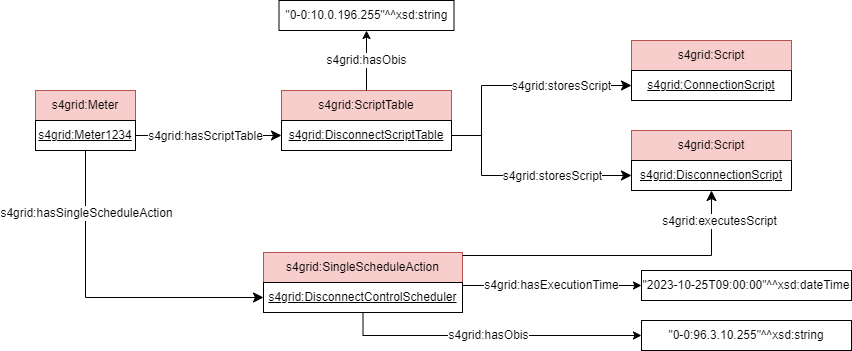
Sergio-Carulli/saref4grid keeps this draw.io diagram as documentation/diagrams/SAREF4GRID_Example_script.png. Above is the earlier version. Source tidied: cells renumbered, new cells last; positions are measured from the earlier drawing's top-left corner, leaving out a move shared by most shapes. Source of this version:
```xml
<mxGraphModel>
  <root>
    <mxCell id="0" />
    <mxCell id="1" parent="0" />
    <mxCell id="2" value="s4grid:Meter" style="rounded=0;whiteSpace=wrap;html=1;fillColor=#f8cecc;strokeColor=#b85450;" parent="1" vertex="1">
      <mxGeometry y="90" width="100" height="30" as="geometry" />
    </mxCell>
    <mxCell id="3" value="&lt;u&gt;s4grid:Meter1234&lt;/u&gt;" style="rounded=0;whiteSpace=wrap;html=1;snapToPoint=1;points=[[0.1,0],[0.2,0],[0.3,0],[0.4,0],[0.5,0],[0.6,0],[0.7,0],[0.8,0],[0.9,0],[0,0.1],[0,0.3],[0,0.5],[0,0.7],[0,0.9],[0.1,1],[0.2,1],[0.3,1],[0.4,1],[0.5,1],[0.6,1],[0.7,1],[0.8,1],[0.9,1],[1,0.1],[1,0.3],[1,0.5],[1,0.7],[1,0.9]];" parent="1" vertex="1">
      <mxGeometry y="120" width="100" height="30" as="geometry" />
    </mxCell>
    <mxCell id="4" value="s4grid:ScriptTable" style="rounded=0;whiteSpace=wrap;html=1;snapToPoint=1;points=[[0.1,0],[0.2,0],[0.3,0],[0.4,0],[0.5,0],[0.6,0],[0.7,0],[0.8,0],[0.9,0],[0,0.1],[0,0.3],[0,0.5],[0,0.7],[0,0.9],[0.1,1],[0.2,1],[0.3,1],[0.4,1],[0.5,1],[0.6,1],[0.7,1],[0.8,1],[0.9,1],[1,0.1],[1,0.3],[1,0.5],[1,0.7],[1,0.9]];fillColor=#f8cecc;strokeColor=#b85450;" parent="1" vertex="1">
      <mxGeometry x="246" y="90" width="170" height="30" as="geometry" />
    </mxCell>
    <mxCell id="5" value="&lt;u&gt;s4grid:DisconnectScriptTable&lt;/u&gt;" style="rounded=0;whiteSpace=wrap;html=1;snapToPoint=1;points=[[0.1,0],[0.2,0],[0.3,0],[0.4,0],[0.5,0],[0.6,0],[0.7,0],[0.8,0],[0.9,0],[0,0.1],[0,0.3],[0,0.5],[0,0.7],[0,0.9],[0.1,1],[0.2,1],[0.3,1],[0.4,1],[0.5,1],[0.6,1],[0.7,1],[0.8,1],[0.9,1],[1,0.1],[1,0.3],[1,0.5],[1,0.7],[1,0.9]];" parent="1" vertex="1">
      <mxGeometry x="246" y="120" width="170" height="30" as="geometry" />
    </mxCell>
    <mxCell id="6" style="endArrow=classic;html=1;exitX=1;exitY=0.5;exitDx=0;exitDy=0;entryX=0;entryY=0.5;entryDx=0;entryDy=0;endSize=8;arcSize=0;rounded=0;" parent="1" edge="1" source="3" target="5">
      <mxGeometry relative="1" as="geometry" />
    </mxCell>
    <mxCell id="7" value="&lt;div&gt;s4grid:hasScriptTable&lt;/div&gt;" style="text;html=1;align=center;verticalAlign=middle;labelBackgroundColor=#ffffff;" parent="6" vertex="1">
      <mxGeometry x="-0.13" relative="1" as="geometry">
        <mxPoint x="5" as="offset" />
      </mxGeometry>
    </mxCell>
    <mxCell id="8" value="s4grid:Script" style="rounded=0;whiteSpace=wrap;html=1;fillColor=#f8cecc;strokeColor=#b85450;" parent="1" vertex="1">
      <mxGeometry x="596" y="40" width="160" height="30" as="geometry" />
    </mxCell>
    <mxCell id="9" value="&lt;u&gt;s4grid:ConnectionScript&lt;/u&gt;" style="rounded=0;whiteSpace=wrap;html=1;snapToPoint=1;points=[[0.1,0],[0.2,0],[0.3,0],[0.4,0],[0.5,0],[0.6,0],[0.7,0],[0.8,0],[0.9,0],[0,0.1],[0,0.3],[0,0.5],[0,0.7],[0,0.9],[0.1,1],[0.2,1],[0.3,1],[0.4,1],[0.5,1],[0.6,1],[0.7,1],[0.8,1],[0.9,1],[1,0.1],[1,0.3],[1,0.5],[1,0.7],[1,0.9]];" parent="1" vertex="1">
      <mxGeometry x="596" y="70" width="160" height="30" as="geometry" />
    </mxCell>
    <mxCell id="10" value="s4grid:Script" style="rounded=0;whiteSpace=wrap;html=1;fillColor=#f8cecc;strokeColor=#b85450;" parent="1" vertex="1">
      <mxGeometry x="596" y="130" width="160" height="30" as="geometry" />
    </mxCell>
    <mxCell id="11" value="&lt;u&gt;s4grid:DisconnectionScript&lt;/u&gt;" style="rounded=0;whiteSpace=wrap;html=1;snapToPoint=1;points=[[0.1,0],[0.2,0],[0.3,0],[0.4,0],[0.5,0],[0.6,0],[0.7,0],[0.8,0],[0.9,0],[0,0.1],[0,0.3],[0,0.5],[0,0.7],[0,0.9],[0.1,1],[0.2,1],[0.3,1],[0.4,1],[0.5,1],[0.6,1],[0.7,1],[0.8,1],[0.9,1],[1,0.1],[1,0.3],[1,0.5],[1,0.7],[1,0.9]];" parent="1" vertex="1">
      <mxGeometry x="596" y="160" width="160" height="30" as="geometry" />
    </mxCell>
    <mxCell id="12" style="endArrow=classic;html=1;exitX=1;exitY=0.5;exitDx=0;exitDy=0;endSize=8;arcSize=0;rounded=0;entryX=0;entryY=0.5;entryDx=0;entryDy=0;edgeStyle=orthogonalEdgeStyle;" parent="1" edge="1" source="5" target="9">
      <mxGeometry relative="1" as="geometry">
        <Array as="points">
          <mxPoint x="446" y="135" />
          <mxPoint x="446" y="85" />
        </Array>
      </mxGeometry>
    </mxCell>
    <mxCell id="13" value="s4grid:storesScript" style="text;html=1;align=center;verticalAlign=middle;labelBackgroundColor=#ffffff;" parent="12" vertex="1">
      <mxGeometry x="-0.13" relative="1" as="geometry">
        <mxPoint x="59" as="offset" />
      </mxGeometry>
    </mxCell>
    <mxCell id="14" style="endArrow=classic;html=1;exitX=1;exitY=0.5;exitDx=0;exitDy=0;endSize=8;arcSize=0;rounded=0;entryX=0;entryY=0.5;entryDx=0;entryDy=0;edgeStyle=orthogonalEdgeStyle;" parent="1" edge="1" source="5" target="11">
      <mxGeometry relative="1" as="geometry">
        <Array as="points">
          <mxPoint x="446" y="135" />
          <mxPoint x="446" y="175" />
        </Array>
      </mxGeometry>
    </mxCell>
    <mxCell id="15" value="s4grid:storesScript" style="text;html=1;align=center;verticalAlign=middle;labelBackgroundColor=#ffffff;" parent="14" vertex="1">
      <mxGeometry x="-0.13" relative="1" as="geometry">
        <mxPoint x="44" as="offset" />
      </mxGeometry>
    </mxCell>
    <mxCell id="16" value="&quot;0-0:10.0.196.255&quot;^^xsd:string" style="rounded=0;whiteSpace=wrap;html=1;snapToPoint=1;align=center;" parent="1" vertex="1">
      <mxGeometry x="243.5" width="175" height="30" as="geometry" />
    </mxCell>
    <mxCell id="17" value="s4grid:hasObis" style="rounded=0;jettySize=auto;html=1;exitX=0.5;exitY=0;exitDx=0;exitDy=0;fontSize=12;entryX=0.5;entryY=1;entryDx=0;entryDy=0;" parent="1" edge="1" source="4" target="16">
      <mxGeometry relative="1" as="geometry" />
    </mxCell>
    <mxCell id="18" value="s4grid:SingleScheduleAction" style="rounded=0;whiteSpace=wrap;html=1;snapToPoint=1;points=[[0.1,0],[0.2,0],[0.3,0],[0.4,0],[0.5,0],[0.6,0],[0.7,0],[0.8,0],[0.9,0],[0,0.1],[0,0.3],[0,0.5],[0,0.7],[0,0.9],[0.1,1],[0.2,1],[0.3,1],[0.4,1],[0.5,1],[0.6,1],[0.7,1],[0.8,1],[0.9,1],[1,0.1],[1,0.3],[1,0.5],[1,0.7],[1,0.9]];fillColor=#f8cecc;strokeColor=#b85450;" parent="1" vertex="1">
      <mxGeometry x="228" y="252" width="199" height="30" as="geometry" />
    </mxCell>
    <mxCell id="19" value="&lt;u&gt;s4grid:DisconnectControlScheduler&lt;/u&gt;" style="rounded=0;whiteSpace=wrap;html=1;snapToPoint=1;points=[[0.1,0],[0.2,0],[0.3,0],[0.4,0],[0.5,0],[0.6,0],[0.7,0],[0.8,0],[0.9,0],[0,0.1],[0,0.3],[0,0.5],[0,0.7],[0,0.9],[0.1,1],[0.2,1],[0.3,1],[0.4,1],[0.5,1],[0.6,1],[0.7,1],[0.8,1],[0.9,1],[1,0.1],[1,0.3],[1,0.5],[1,0.7],[1,0.9]];" parent="1" vertex="1">
      <mxGeometry x="228" y="282" width="199" height="30" as="geometry" />
    </mxCell>
    <mxCell id="20" style="endArrow=classic;html=1;exitX=0.5;exitY=1;exitDx=0;exitDy=0;entryX=0;entryY=0.5;entryDx=0;entryDy=0;endSize=8;arcSize=0;rounded=0;edgeStyle=orthogonalEdgeStyle;" parent="1" edge="1" source="3" target="19">
      <mxGeometry relative="1" as="geometry" />
    </mxCell>
    <mxCell id="21" value="&lt;div&gt;s4grid:hasSingleScheduleAction&lt;/div&gt;" style="text;html=1;align=center;verticalAlign=middle;labelBackgroundColor=#ffffff;" parent="20" vertex="1">
      <mxGeometry x="-0.13" relative="1" as="geometry">
        <mxPoint y="-80" as="offset" />
      </mxGeometry>
    </mxCell>
    <mxCell id="22" style="endArrow=classic;html=1;exitX=1;exitY=0.1;exitDx=0;exitDy=0;endSize=8;arcSize=0;rounded=0;entryX=0.5;entryY=1;entryDx=0;entryDy=0;edgeStyle=orthogonalEdgeStyle;" parent="1" edge="1" source="18" target="11">
      <mxGeometry relative="1" as="geometry" />
    </mxCell>
    <mxCell id="23" value="s4grid:executesScript" style="text;html=1;align=center;verticalAlign=middle;labelBackgroundColor=#ffffff;" parent="22" vertex="1">
      <mxGeometry x="-0.13" relative="1" as="geometry">
        <mxPoint x="119" y="-35" as="offset" />
      </mxGeometry>
    </mxCell>
    <mxCell id="24" value="&quot;0-0:96.3.10.255&quot;^^xsd:string" style="rounded=0;whiteSpace=wrap;html=1;snapToPoint=1;align=center;" parent="1" vertex="1">
      <mxGeometry x="606" y="320" width="210" height="30" as="geometry" />
    </mxCell>
    <mxCell id="25" value="s4grid:hasObis" style="rounded=0;jettySize=auto;html=1;exitX=0.5;exitY=1;exitDx=0;exitDy=0;fontSize=12;entryX=0;entryY=0.5;entryDx=0;entryDy=0;edgeStyle=orthogonalEdgeStyle;" parent="1" edge="1" source="19" target="24">
      <mxGeometry x="-0.02" relative="1" as="geometry" />
    </mxCell>
    <mxCell id="26" value="&quot;2023-10-25T09:00:00&quot;^^xsd:dateTime" style="rounded=0;whiteSpace=wrap;html=1;snapToPoint=1;align=center;" parent="1" vertex="1">
      <mxGeometry x="606" y="270" width="210" height="30" as="geometry" />
    </mxCell>
    <mxCell id="27" value="s4grid:hasExecutionTime" style="rounded=0;jettySize=auto;html=1;exitX=1;exitY=0.1;exitDx=0;exitDy=0;fontSize=12;entryX=0;entryY=0.5;entryDx=0;entryDy=0;" parent="1" edge="1" source="19" target="26">
      <mxGeometry x="-0.01" relative="1" as="geometry" />
    </mxCell>
  </root>
</mxGraphModel>
```
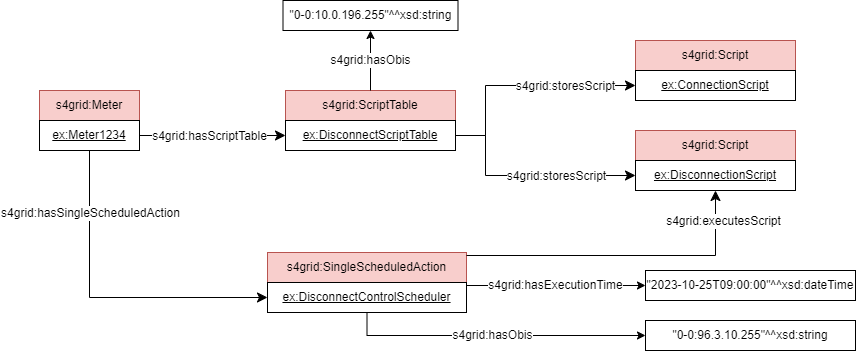
Above is the later version.

What changed in the source:
```diff
@@ -5,13 +5,13 @@
     <mxCell id="2" value="s4grid:Meter" style="rounded=0;whiteSpace=wrap;html=1;fillColor=#f8cecc;strokeColor=#b85450;" parent="1" vertex="1">
       <mxGeometry y="90" width="100" height="30" as="geometry" />
     </mxCell>
-    <mxCell id="3" value="&lt;u&gt;s4grid:Meter1234&lt;/u&gt;" style="rounded=0;whiteSpace=wrap;html=1;snapToPoint=1;points=[[0.1,0],[0.2,0],[0.3,0],[0.4,0],[0.5,0],[0.6,0],[0.7,0],[0.8,0],[0.9,0],[0,0.1],[0,0.3],[0,0.5],[0,0.7],[0,0.9],[0.1,1],[0.2,1],[0.3,1],[0.4,1],[0.5,1],[0.6,1],[0.7,1],[0.8,1],[0.9,1],[1,0.1],[1,0.3],[1,0.5],[1,0.7],[1,0.9]];" parent="1" vertex="1">
+    <mxCell id="3" value="&lt;u&gt;ex:Meter1234&lt;/u&gt;" style="rounded=0;whiteSpace=wrap;html=1;snapToPoint=1;points=[[0.1,0],[0.2,0],[0.3,0],[0.4,0],[0.5,0],[0.6,0],[0.7,0],[0.8,0],[0.9,0],[0,0.1],[0,0.3],[0,0.5],[0,0.7],[0,0.9],[0.1,1],[0.2,1],[0.3,1],[0.4,1],[0.5,1],[0.6,1],[0.7,1],[0.8,1],[0.9,1],[1,0.1],[1,0.3],[1,0.5],[1,0.7],[1,0.9]];" parent="1" vertex="1">
       <mxGeometry y="120" width="100" height="30" as="geometry" />
     </mxCell>
     <mxCell id="4" value="s4grid:ScriptTable" style="rounded=0;whiteSpace=wrap;html=1;snapToPoint=1;points=[[0.1,0],[0.2,0],[0.3,0],[0.4,0],[0.5,0],[0.6,0],[0.7,0],[0.8,0],[0.9,0],[0,0.1],[0,0.3],[0,0.5],[0,0.7],[0,0.9],[0.1,1],[0.2,1],[0.3,1],[0.4,1],[0.5,1],[0.6,1],[0.7,1],[0.8,1],[0.9,1],[1,0.1],[1,0.3],[1,0.5],[1,0.7],[1,0.9]];fillColor=#f8cecc;strokeColor=#b85450;" parent="1" vertex="1">
       <mxGeometry x="246" y="90" width="170" height="30" as="geometry" />
     </mxCell>
-    <mxCell id="5" value="&lt;u&gt;s4grid:DisconnectScriptTable&lt;/u&gt;" style="rounded=0;whiteSpace=wrap;html=1;snapToPoint=1;points=[[0.1,0],[0.2,0],[0.3,0],[0.4,0],[0.5,0],[0.6,0],[0.7,0],[0.8,0],[0.9,0],[0,0.1],[0,0.3],[0,0.5],[0,0.7],[0,0.9],[0.1,1],[0.2,1],[0.3,1],[0.4,1],[0.5,1],[0.6,1],[0.7,1],[0.8,1],[0.9,1],[1,0.1],[1,0.3],[1,0.5],[1,0.7],[1,0.9]];" parent="1" vertex="1">
+    <mxCell id="5" value="&lt;u&gt;ex:DisconnectScriptTable&lt;/u&gt;" style="rounded=0;whiteSpace=wrap;html=1;snapToPoint=1;points=[[0.1,0],[0.2,0],[0.3,0],[0.4,0],[0.5,0],[0.6,0],[0.7,0],[0.8,0],[0.9,0],[0,0.1],[0,0.3],[0,0.5],[0,0.7],[0,0.9],[0.1,1],[0.2,1],[0.3,1],[0.4,1],[0.5,1],[0.6,1],[0.7,1],[0.8,1],[0.9,1],[1,0.1],[1,0.3],[1,0.5],[1,0.7],[1,0.9]];" parent="1" vertex="1">
       <mxGeometry x="246" y="120" width="170" height="30" as="geometry" />
     </mxCell>
     <mxCell id="6" style="endArrow=classic;html=1;exitX=1;exitY=0.5;exitDx=0;exitDy=0;entryX=0;entryY=0.5;entryDx=0;entryDy=0;endSize=8;arcSize=0;rounded=0;" parent="1" edge="1" source="3" target="5">
@@ -25,13 +25,13 @@
     <mxCell id="8" value="s4grid:Script" style="rounded=0;whiteSpace=wrap;html=1;fillColor=#f8cecc;strokeColor=#b85450;" parent="1" vertex="1">
       <mxGeometry x="596" y="40" width="160" height="30" as="geometry" />
     </mxCell>
-    <mxCell id="9" value="&lt;u&gt;s4grid:ConnectionScript&lt;/u&gt;" style="rounded=0;whiteSpace=wrap;html=1;snapToPoint=1;points=[[0.1,0],[0.2,0],[0.3,0],[0.4,0],[0.5,0],[0.6,0],[0.7,0],[0.8,0],[0.9,0],[0,0.1],[0,0.3],[0,0.5],[0,0.7],[0,0.9],[0.1,1],[0.2,1],[0.3,1],[0.4,1],[0.5,1],[0.6,1],[0.7,1],[0.8,1],[0.9,1],[1,0.1],[1,0.3],[1,0.5],[1,0.7],[1,0.9]];" parent="1" vertex="1">
+    <mxCell id="9" value="&lt;u&gt;ex:ConnectionScript&lt;/u&gt;" style="rounded=0;whiteSpace=wrap;html=1;snapToPoint=1;points=[[0.1,0],[0.2,0],[0.3,0],[0.4,0],[0.5,0],[0.6,0],[0.7,0],[0.8,0],[0.9,0],[0,0.1],[0,0.3],[0,0.5],[0,0.7],[0,0.9],[0.1,1],[0.2,1],[0.3,1],[0.4,1],[0.5,1],[0.6,1],[0.7,1],[0.8,1],[0.9,1],[1,0.1],[1,0.3],[1,0.5],[1,0.7],[1,0.9]];" parent="1" vertex="1">
       <mxGeometry x="596" y="70" width="160" height="30" as="geometry" />
     </mxCell>
     <mxCell id="10" value="s4grid:Script" style="rounded=0;whiteSpace=wrap;html=1;fillColor=#f8cecc;strokeColor=#b85450;" parent="1" vertex="1">
       <mxGeometry x="596" y="130" width="160" height="30" as="geometry" />
     </mxCell>
-    <mxCell id="11" value="&lt;u&gt;s4grid:DisconnectionScript&lt;/u&gt;" style="rounded=0;whiteSpace=wrap;html=1;snapToPoint=1;points=[[0.1,0],[0.2,0],[0.3,0],[0.4,0],[0.5,0],[0.6,0],[0.7,0],[0.8,0],[0.9,0],[0,0.1],[0,0.3],[0,0.5],[0,0.7],[0,0.9],[0.1,1],[0.2,1],[0.3,1],[0.4,1],[0.5,1],[0.6,1],[0.7,1],[0.8,1],[0.9,1],[1,0.1],[1,0.3],[1,0.5],[1,0.7],[1,0.9]];" parent="1" vertex="1">
+    <mxCell id="11" value="&lt;u&gt;ex:DisconnectionScript&lt;/u&gt;" style="rounded=0;whiteSpace=wrap;html=1;snapToPoint=1;points=[[0.1,0],[0.2,0],[0.3,0],[0.4,0],[0.5,0],[0.6,0],[0.7,0],[0.8,0],[0.9,0],[0,0.1],[0,0.3],[0,0.5],[0,0.7],[0,0.9],[0.1,1],[0.2,1],[0.3,1],[0.4,1],[0.5,1],[0.6,1],[0.7,1],[0.8,1],[0.9,1],[1,0.1],[1,0.3],[1,0.5],[1,0.7],[1,0.9]];" parent="1" vertex="1">
       <mxGeometry x="596" y="160" width="160" height="30" as="geometry" />
     </mxCell>
     <mxCell id="12" style="endArrow=classic;html=1;exitX=1;exitY=0.5;exitDx=0;exitDy=0;endSize=8;arcSize=0;rounded=0;entryX=0;entryY=0.5;entryDx=0;entryDy=0;edgeStyle=orthogonalEdgeStyle;" parent="1" edge="1" source="5" target="9">
@@ -66,16 +66,16 @@
     <mxCell id="17" value="s4grid:hasObis" style="rounded=0;jettySize=auto;html=1;exitX=0.5;exitY=0;exitDx=0;exitDy=0;fontSize=12;entryX=0.5;entryY=1;entryDx=0;entryDy=0;" parent="1" edge="1" source="4" target="16">
       <mxGeometry relative="1" as="geometry" />
     </mxCell>
-    <mxCell id="18" value="s4grid:SingleScheduleAction" style="rounded=0;whiteSpace=wrap;html=1;snapToPoint=1;points=[[0.1,0],[0.2,0],[0.3,0],[0.4,0],[0.5,0],[0.6,0],[0.7,0],[0.8,0],[0.9,0],[0,0.1],[0,0.3],[0,0.5],[0,0.7],[0,0.9],[0.1,1],[0.2,1],[0.3,1],[0.4,1],[0.5,1],[0.6,1],[0.7,1],[0.8,1],[0.9,1],[1,0.1],[1,0.3],[1,0.5],[1,0.7],[1,0.9]];fillColor=#f8cecc;strokeColor=#b85450;" parent="1" vertex="1">
+    <mxCell id="18" value="s4grid:SingleScheduledAction" style="rounded=0;whiteSpace=wrap;html=1;snapToPoint=1;points=[[0.1,0],[0.2,0],[0.3,0],[0.4,0],[0.5,0],[0.6,0],[0.7,0],[0.8,0],[0.9,0],[0,0.1],[0,0.3],[0,0.5],[0,0.7],[0,0.9],[0.1,1],[0.2,1],[0.3,1],[0.4,1],[0.5,1],[0.6,1],[0.7,1],[0.8,1],[0.9,1],[1,0.1],[1,0.3],[1,0.5],[1,0.7],[1,0.9]];fillColor=#f8cecc;strokeColor=#b85450;" parent="1" vertex="1">
       <mxGeometry x="228" y="252" width="199" height="30" as="geometry" />
     </mxCell>
-    <mxCell id="19" value="&lt;u&gt;s4grid:DisconnectControlScheduler&lt;/u&gt;" style="rounded=0;whiteSpace=wrap;html=1;snapToPoint=1;points=[[0.1,0],[0.2,0],[0.3,0],[0.4,0],[0.5,0],[0.6,0],[0.7,0],[0.8,0],[0.9,0],[0,0.1],[0,0.3],[0,0.5],[0,0.7],[0,0.9],[0.1,1],[0.2,1],[0.3,1],[0.4,1],[0.5,1],[0.6,1],[0.7,1],[0.8,1],[0.9,1],[1,0.1],[1,0.3],[1,0.5],[1,0.7],[1,0.9]];" parent="1" vertex="1">
+    <mxCell id="19" value="&lt;u&gt;ex:DisconnectControlScheduler&lt;/u&gt;" style="rounded=0;whiteSpace=wrap;html=1;snapToPoint=1;points=[[0.1,0],[0.2,0],[0.3,0],[0.4,0],[0.5,0],[0.6,0],[0.7,0],[0.8,0],[0.9,0],[0,0.1],[0,0.3],[0,0.5],[0,0.7],[0,0.9],[0.1,1],[0.2,1],[0.3,1],[0.4,1],[0.5,1],[0.6,1],[0.7,1],[0.8,1],[0.9,1],[1,0.1],[1,0.3],[1,0.5],[1,0.7],[1,0.9]];" parent="1" vertex="1">
       <mxGeometry x="228" y="282" width="199" height="30" as="geometry" />
     </mxCell>
     <mxCell id="20" style="endArrow=classic;html=1;exitX=0.5;exitY=1;exitDx=0;exitDy=0;entryX=0;entryY=0.5;entryDx=0;entryDy=0;endSize=8;arcSize=0;rounded=0;edgeStyle=orthogonalEdgeStyle;" parent="1" edge="1" source="3" target="19">
       <mxGeometry relative="1" as="geometry" />
     </mxCell>
-    <mxCell id="21" value="&lt;div&gt;s4grid:hasSingleScheduleAction&lt;/div&gt;" style="text;html=1;align=center;verticalAlign=middle;labelBackgroundColor=#ffffff;" parent="20" vertex="1">
+    <mxCell id="21" value="&lt;div&gt;s4grid:hasSingleScheduledAction&lt;/div&gt;" style="text;html=1;align=center;verticalAlign=middle;labelBackgroundColor=#ffffff;" parent="20" vertex="1">
       <mxGeometry x="-0.13" relative="1" as="geometry">
         <mxPoint y="-80" as="offset" />
       </mxGeometry>
```
